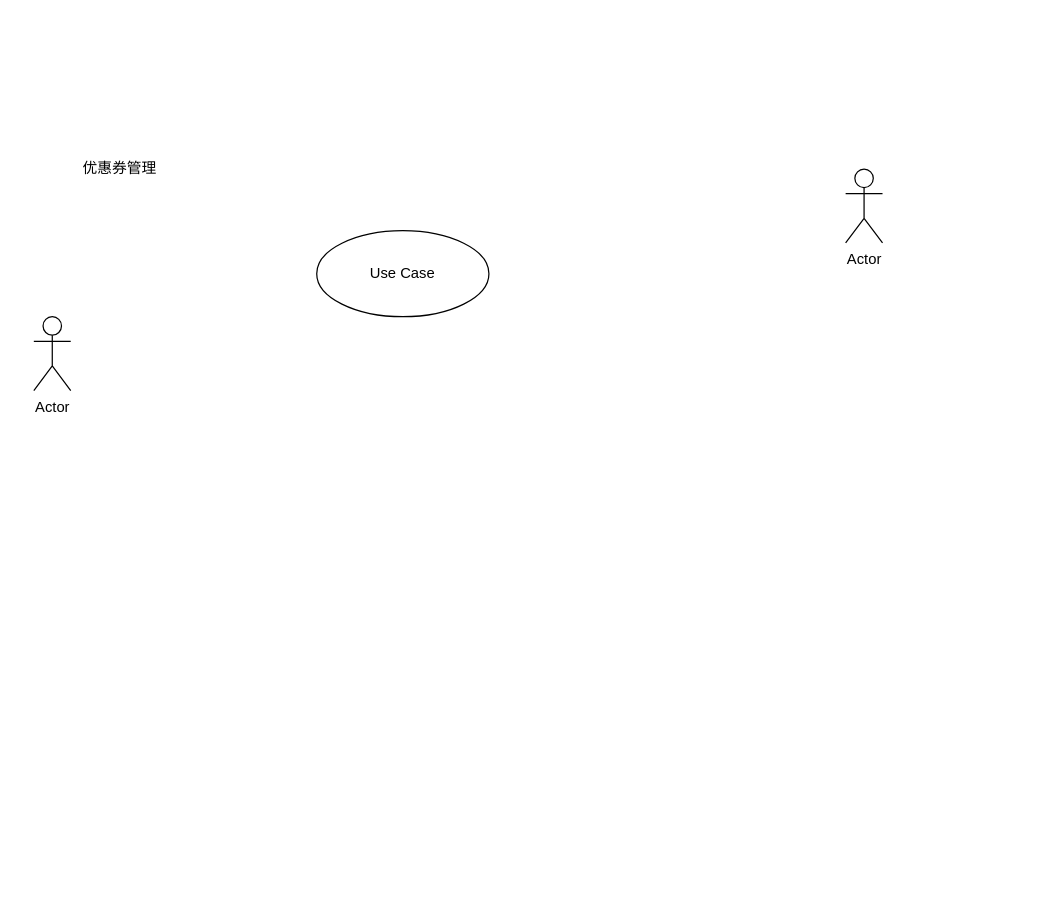
Above: 优惠券需求.drawio in hack0303/draw.io-store (draw.io), before the change. Source tidied: cells renumbered, new cells numbered last; positions are measured from the earlier drawing's top-left corner, leaving out a move shared by most shapes. Both pictures are drawn from the tidied source at 123%, with x=0, y=0 at pixel (21, 119).
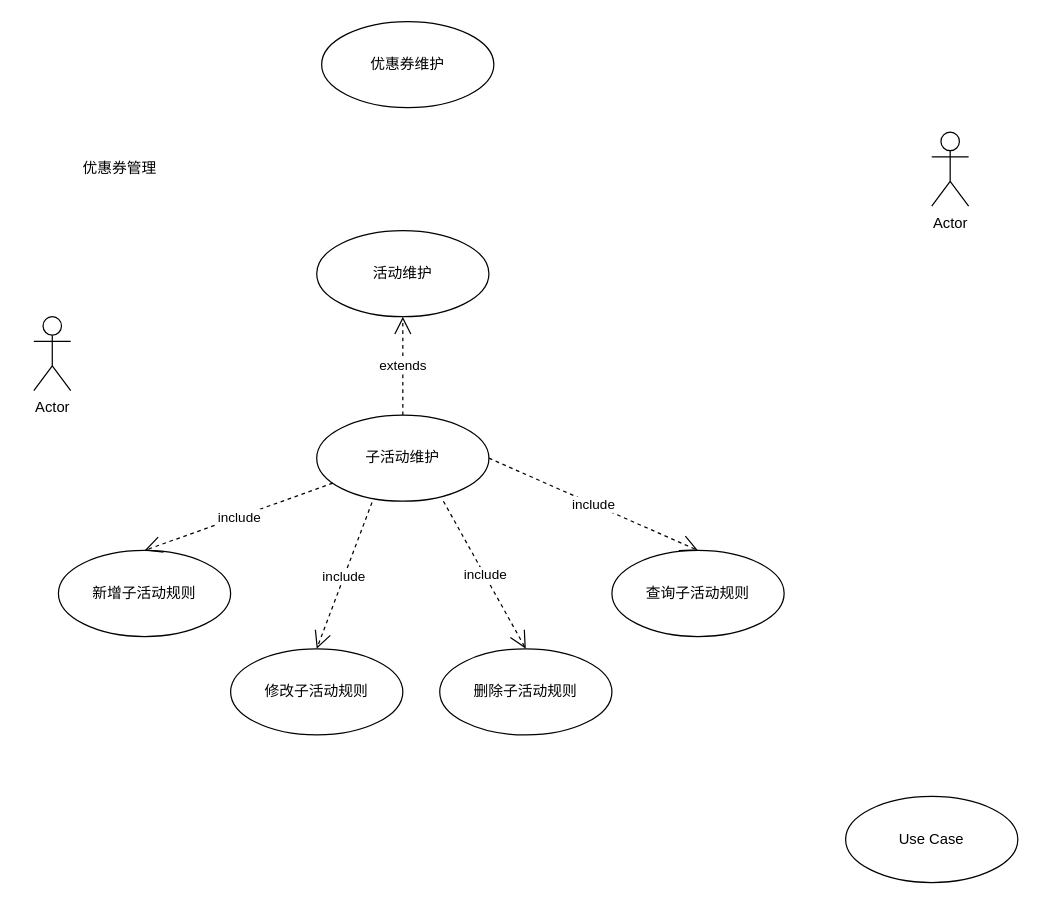
The same diagram, later.

Commit message (it also covers changes not shown here):
Update 优惠券需求.drawio

The edit, as a diff of the source:
```diff
@@
 <mxGraphModel>
   <root>
     <mxCell id="0" />
     <mxCell id="1" parent="0" />
     <mxCell id="2" value="Actor" style="shape=umlActor;verticalLabelPosition=bottom;verticalAlign=top;html=1;" parent="1" vertex="1">
       <mxGeometry x="10" y="160" width="30" height="60" as="geometry" />
     </mxCell>
-    <mxCell id="3" value="Actor" style="shape=umlActor;verticalLabelPosition=bottom;verticalAlign=top;html=1;" parent="1" vertex="1">
-      <mxGeometry x="670" y="40" width="30" height="60" as="geometry" />
-    </mxCell>
-    <mxCell id="4" value="Use Case" style="ellipse;whiteSpace=wrap;html=1;" parent="1" vertex="1">
+    <mxCell id="4" value="活动维护" style="ellipse;whiteSpace=wrap;html=1;" parent="1" vertex="1">
       <mxGeometry x="240" y="90" width="140" height="70" as="geometry" />
     </mxCell>
     <mxCell id="5" value="优惠券管理" style="text;html=1;strokeColor=none;fillColor=none;align=center;verticalAlign=middle;whiteSpace=wrap;rounded=0;" parent="1" vertex="1">
       <mxGeometry width="160" height="80" as="geometry" />
     </mxCell>
+    <mxCell id="6" value="优惠券维护" style="ellipse;whiteSpace=wrap;html=1;" parent="1" vertex="1">
+      <mxGeometry x="244" y="-80" width="140" height="70" as="geometry" />
+    </mxCell>
+    <mxCell id="7" value="子活动维护" style="ellipse;whiteSpace=wrap;html=1;" parent="1" vertex="1">
+      <mxGeometry x="240" y="240" width="140" height="70" as="geometry" />
+    </mxCell>
+    <mxCell id="8" value="extends" style="endArrow=open;endSize=12;dashed=1;html=1;exitX=0.5;exitY=0;exitDx=0;exitDy=0;" parent="1" edge="1" source="7" target="4">
+      <mxGeometry relative="1" as="geometry" />
+    </mxCell>
+    <mxCell id="9" value="Use Case" style="ellipse;whiteSpace=wrap;html=1;" parent="1" vertex="1">
+      <mxGeometry x="670" y="550" width="140" height="70" as="geometry" />
+    </mxCell>
+    <mxCell id="3" value="Actor" style="shape=umlActor;verticalLabelPosition=bottom;verticalAlign=top;html=1;" parent="1" vertex="1">
+      <mxGeometry x="740" y="10" width="30" height="60" as="geometry" />
+    </mxCell>
+    <mxCell id="10" value="新增子活动规则" style="ellipse;whiteSpace=wrap;html=1;" parent="1" vertex="1">
+      <mxGeometry x="30" y="350" width="140" height="70" as="geometry" />
+    </mxCell>
+    <mxCell id="11" value="修改子活动规则" style="ellipse;whiteSpace=wrap;html=1;" parent="1" vertex="1">
+      <mxGeometry x="170" y="430" width="140" height="70" as="geometry" />
+    </mxCell>
+    <mxCell id="12" value="删除子活动规则" style="ellipse;whiteSpace=wrap;html=1;" parent="1" vertex="1">
+      <mxGeometry x="340" y="430" width="140" height="70" as="geometry" />
+    </mxCell>
+    <mxCell id="13" value="查询子活动规则" style="ellipse;whiteSpace=wrap;html=1;" parent="1" vertex="1">
+      <mxGeometry x="480" y="350" width="140" height="70" as="geometry" />
+    </mxCell>
+    <mxCell id="14" value="include" style="endArrow=open;endSize=12;dashed=1;html=1;entryX=0.5;entryY=0;entryDx=0;entryDy=0;" parent="1" edge="1" source="7" target="10">
+      <mxGeometry relative="1" as="geometry" />
+    </mxCell>
+    <mxCell id="15" value="include" style="endArrow=open;endSize=12;dashed=1;html=1;entryX=0.5;entryY=0;entryDx=0;entryDy=0;exitX=0.321;exitY=1.014;exitDx=0;exitDy=0;exitPerimeter=0;" parent="1" edge="1" source="7">
+      <mxGeometry relative="1" as="geometry">
+        <mxPoint x="240" y="430" as="targetPoint" />
+      </mxGeometry>
+    </mxCell>
+    <mxCell id="16" value="include" style="endArrow=open;endSize=12;dashed=1;html=1;entryX=0.5;entryY=0;entryDx=0;entryDy=0;" parent="1" edge="1" target="12">
+      <mxGeometry relative="1" as="geometry">
+        <mxPoint x="343" y="310" as="sourcePoint" />
+      </mxGeometry>
+    </mxCell>
+    <mxCell id="17" value="include" style="endArrow=open;endSize=12;dashed=1;html=1;entryX=0.5;entryY=0;entryDx=0;entryDy=0;exitX=1;exitY=0.5;exitDx=0;exitDy=0;" parent="1" edge="1" source="7" target="13">
+      <mxGeometry relative="1" as="geometry" />
+    </mxCell>
   </root>
 </mxGraphModel>
```
